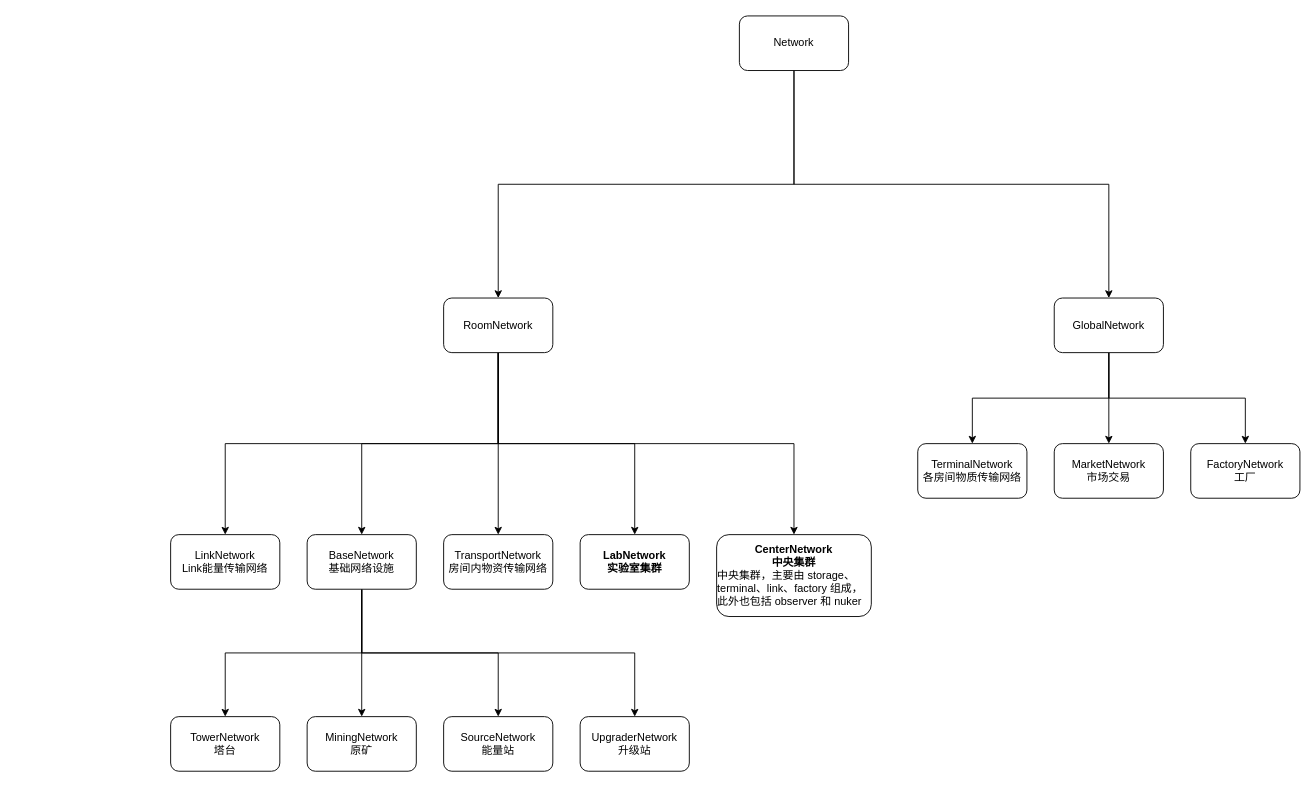
xiejizhen007/storage keeps this draw.io diagram as screeps.drawio. Above is the earlier version. Source tidied: cells renumbered, new cells numbered last; positions are measured from the earlier drawing's top-left corner, leaving out a move shared by most shapes. Both pictures are drawn from the tidied source at 91%, with x=0, y=0 at pixel (170, 15).
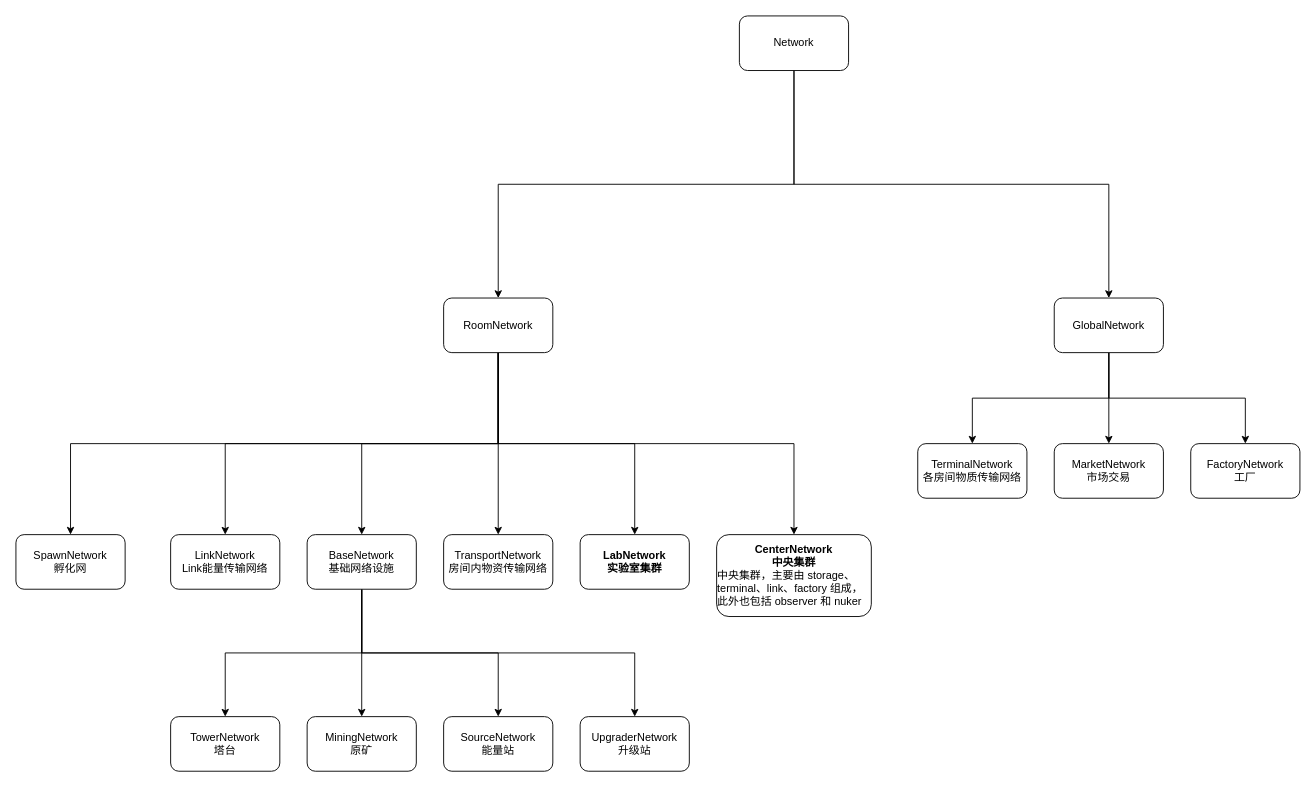
The same diagram, later.

The change refers to these unchanged cells:
```xml
<mxCell id="7" value="RoomNetwork" style="rounded=1;whiteSpace=wrap;html=1;" parent="1" vertex="1">
  <mxGeometry x="300" y="310" width="120" height="60" as="geometry" />
</mxCell>
```

The edit, as a diff of the source:
```diff
@@
+    <mxCell id="31" style="edgeStyle=orthogonalEdgeStyle;rounded=0;jettySize=auto;html=1;exitX=0.5;exitY=1;exitDx=0;exitDy=0;entryX=0.5;entryY=0;entryDx=0;entryDy=0;" parent="1" edge="1" source="7" target="32">
+      <mxGeometry relative="1" as="geometry" />
+    </mxCell>
@@
+    <mxCell id="32" value="SpawnNetwork&lt;br&gt;孵化网" style="rounded=1;whiteSpace=wrap;html=1;" parent="1" vertex="1">
+      <mxGeometry x="-170" y="570" width="120" height="60" as="geometry" />
+    </mxCell>
```
